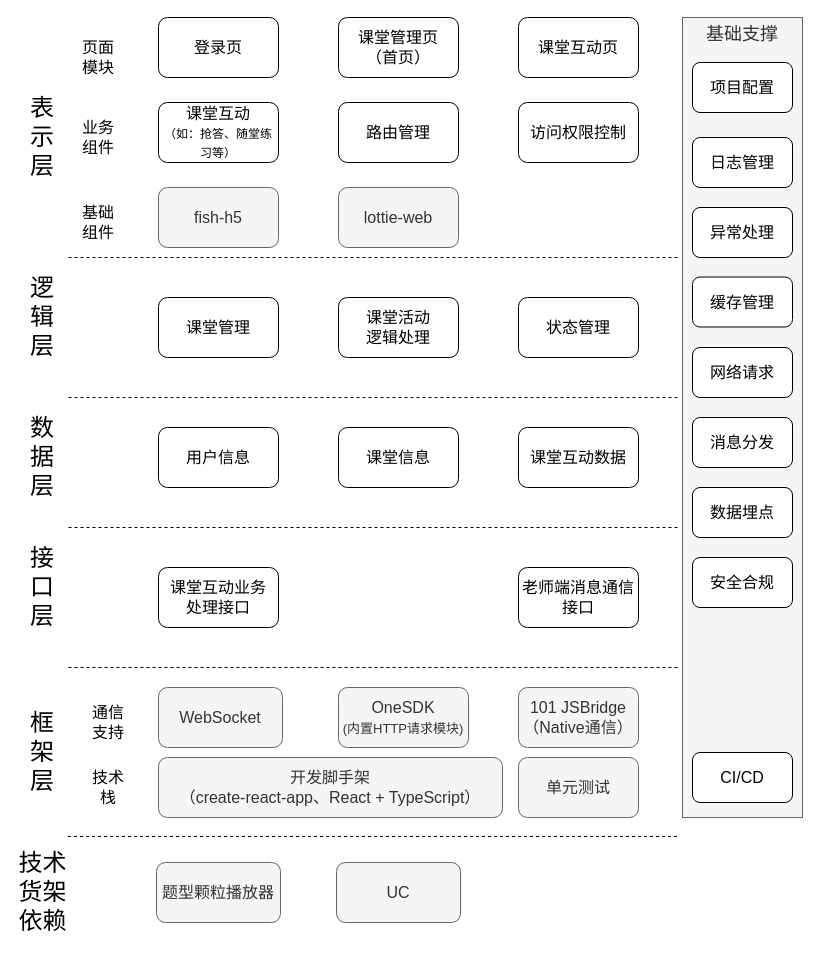
Before: page "PAD学生端 - H5组件" (4 of 7) of K12-智慧教室.drawio in TinlerLin/SmartClassroom, a draw.io diagram. Source tidied: cells renumbered, new cells numbered last; positions are measured from the earlier drawing's top-left corner, leaving out a move shared by most shapes. Both pictures are drawn from the tidied source at 100%, with x=0, y=0 at pixel (16, 17).
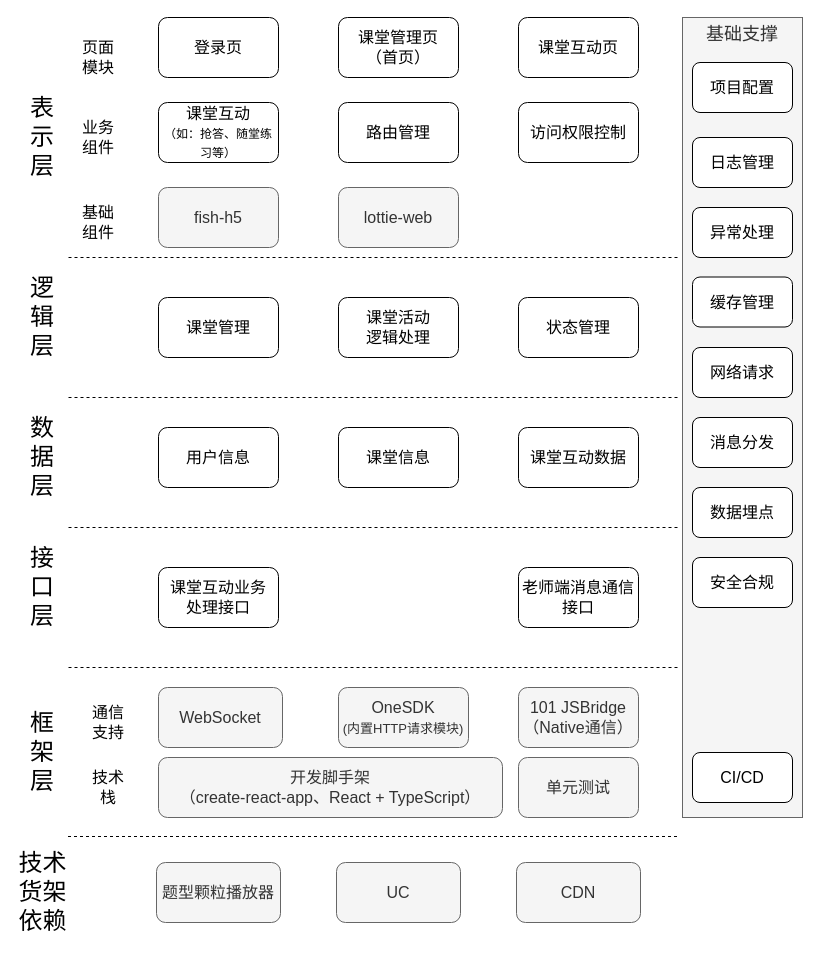
The same diagram, later.

What changed in the source:
```diff
@@
+    <mxCell id="52" value="CDN" style="rounded=1;whiteSpace=wrap;html=1;fontSize=16;fillColor=#f5f5f5;strokeColor=#666666;fontColor=#333333;" parent="1" vertex="1">
+      <mxGeometry x="500" y="845" width="124" height="60" as="geometry" />
+    </mxCell>
```
